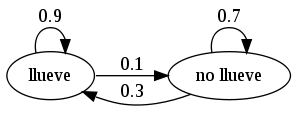
The Graphviz diagram doc/tesis/images/weather_graph.png in elsonidoq/automusica, before a commit. Its source is kept beside it as doc/tesis/images_src/weather_graph.dot. The source it was exported from:
```dot
digraph G {
    rankdir="LR";
    "llueve" -> "llueve" [label="0.9"];
    "llueve" -> "no llueve" [label="0.1"];

    "no llueve" -> "llueve" [label="0.3"];
    "no llueve" -> "no llueve" [label="0.7"];
}
```
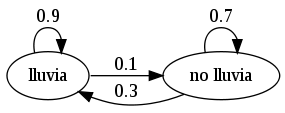
Above is the later version.

Diff of the diagram source:
```diff
@@ -1,8 +1,8 @@
 digraph G {
     rankdir="LR";
-    "llueve" -> "llueve" [label="0.9"];
-    "llueve" -> "no llueve" [label="0.1"];
+    "lluvia" -> "lluvia" [label="0.9"];
+    "lluvia" -> "no lluvia" [label="0.1"];
 
-    "no llueve" -> "llueve" [label="0.3"];
-    "no llueve" -> "no llueve" [label="0.7"];
+    "no lluvia" -> "lluvia" [label="0.3"];
+    "no lluvia" -> "no lluvia" [label="0.7"];
 }
```
